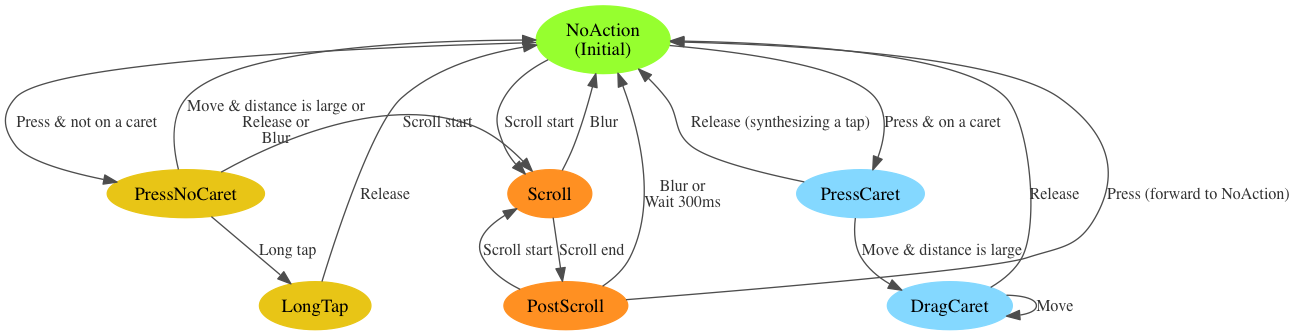
This is layout/base/doc/AccessibleCaretEventHubStates.png from Floorp-Projects/Floorp, a Graphviz export, as it was before one commit. Its source is kept beside it as layout/base/doc/AccessibleCaretEventHubStates.dot.
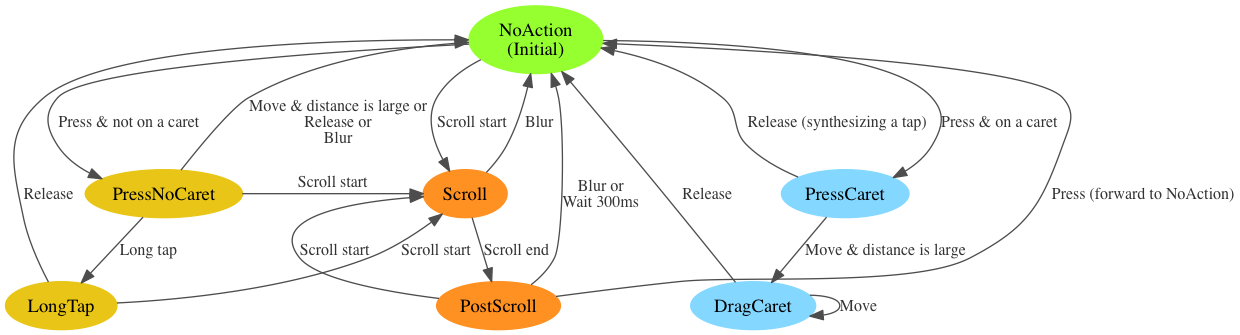
The same diagram one commit later.

Commit message:
Bug 1246477 - Fix carets not updated by scroll events in LongTapState. r=roc

The edit, as a diff of the source:
```diff
@@ -1,3 +1,4 @@
+
 digraph event_hub_states {
   node [style=filled];
   edge [color="gray30", fontcolor="gray20", fontsize=12]
@@ -22,6 +23,7 @@
 
   LongTap [color="#E8C516"]
   LongTap -> NoAction [label="Release"];
+  LongTap -> Scroll [label="Scroll start", constraint=false];
 
   Scroll [color="#FF9022"]
   Scroll -> PostScroll [label="Scroll end"];
```
